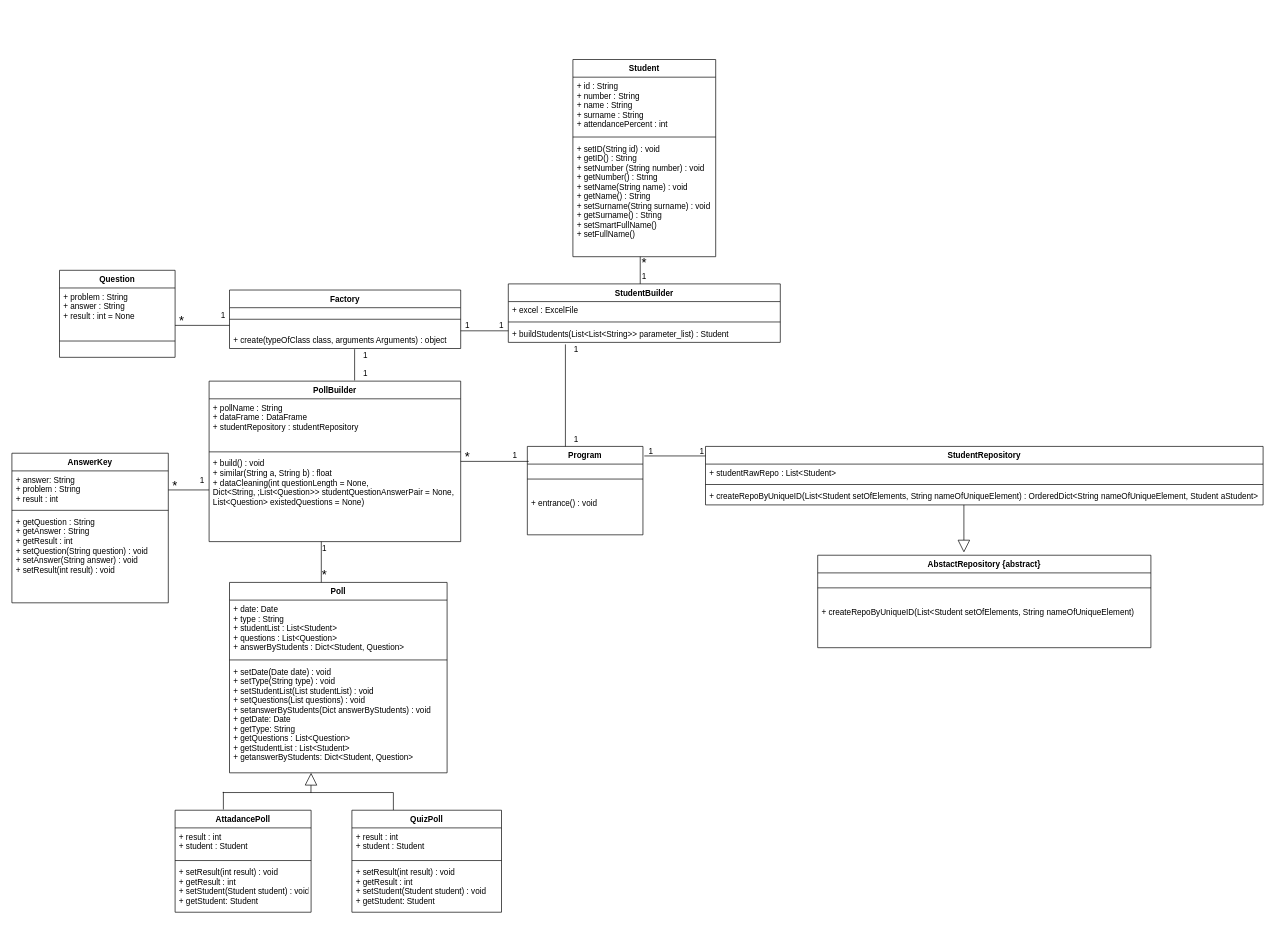
Before: PythonProject/iteration1/DCD.drawio in alperdokay/CSE3063F20P1_GRP20, a draw.io diagram. Source tidied: cells renumbered, new cells numbered last; positions are measured from the earlier drawing's top-left corner, leaving out a move shared by most shapes. Both pictures are drawn from the tidied source at 68%, with x=0, y=0 at pixel (12, 59).
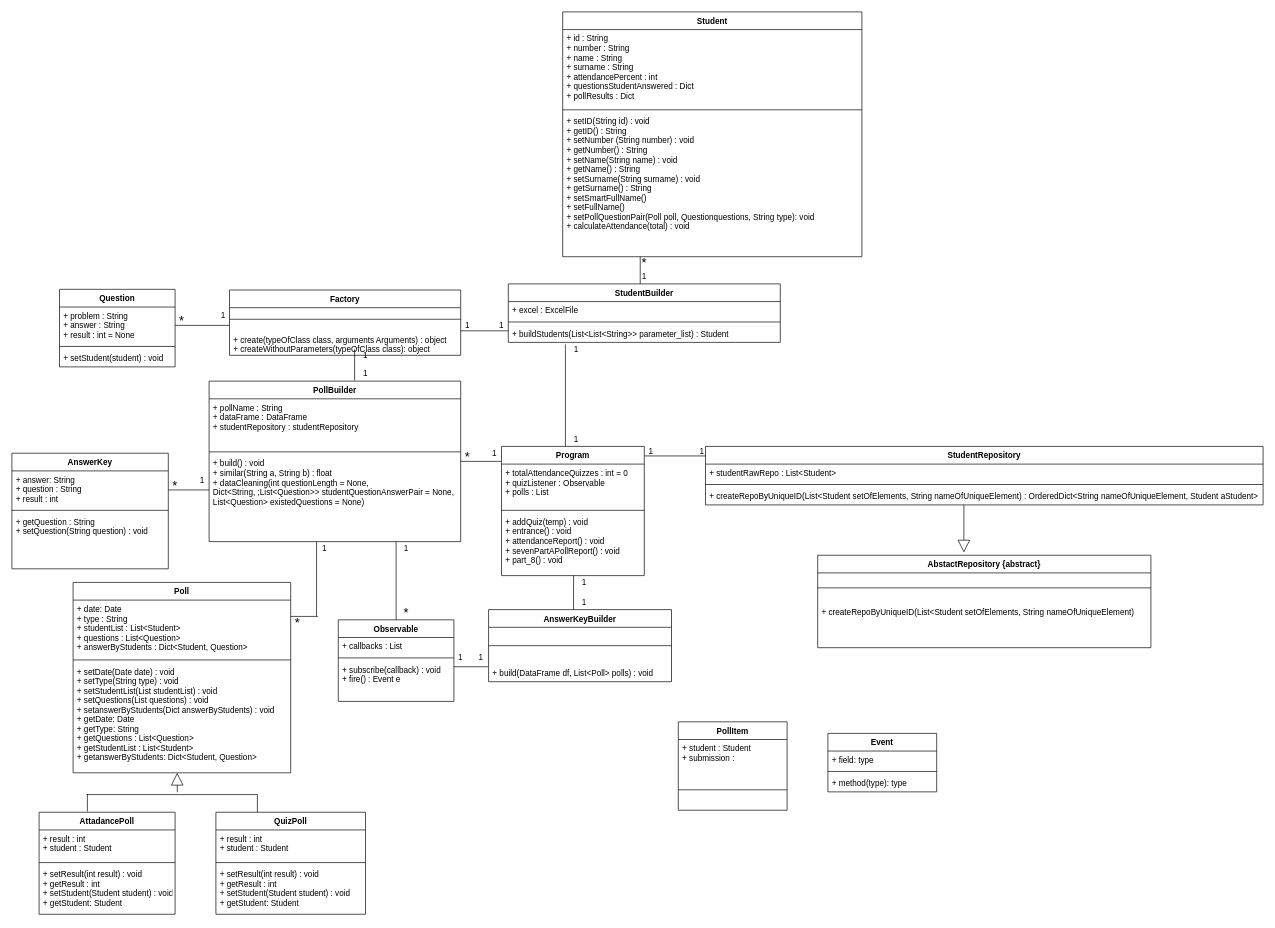
Above is the later version.

The edit, as a diff of the source:
```diff
@@
     <mxCell id="10" value="Factory" style="swimlane;fontStyle=1;align=center;verticalAlign=top;horizontal=1;startSize=26;" parent="1" vertex="1">
-      <mxGeometry x="320" y="339" width="340" height="86" as="geometry" />
+      <mxGeometry x="320" y="339" width="340" height="96" as="geometry" />
     </mxCell>
@@
-    <mxCell id="12" value="+ create(typeOfClass class, arguments Arguments) : object" style="text;strokeColor=none;fillColor=none;align=left;verticalAlign=top;spacingLeft=4;spacingRight=4;overflow=hidden;" parent="10" vertex="1">
-      <mxGeometry y="60" width="340" height="26" as="geometry" />
+    <mxCell id="12" value="+ create(typeOfClass class, arguments Arguments) : object&#10;+ createWithoutParameters(typeOfClass class): object " style="text;strokeColor=none;fillColor=none;align=left;verticalAlign=top;spacingLeft=4;spacingRight=4;overflow=hidden;" parent="10" vertex="1">
+      <mxGeometry y="60" width="340" height="36" as="geometry" />
     </mxCell>
     <mxCell id="13" value="Poll" style="swimlane;fontStyle=1;align=center;verticalAlign=top;horizontal=1;startSize=26;" parent="1" vertex="1">
-      <mxGeometry x="320" y="769" width="320" height="280" as="geometry" />
+      <mxGeometry x="90" y="769" width="320" height="280" as="geometry" />
     </mxCell>
@@
-    <mxCell id="17" value="Question" style="swimlane;fontStyle=1;align=center;verticalAlign=top;horizontal=1;startSize=26;" parent="1" vertex="1">
-      <mxGeometry x="70" y="310" width="170" height="128" as="geometry" />
-    </mxCell>
-    <mxCell id="18" value="+ problem : String&#10;+ answer : String&#10;+ result : int = None" style="text;strokeColor=none;fillColor=none;align=left;verticalAlign=top;spacingLeft=4;spacingRight=4;overflow=hidden;" parent="17" vertex="1">
-      <mxGeometry y="26" width="170" height="54" as="geometry" />
-    </mxCell>
-    <mxCell id="19" style="line;strokeWidth=1;fillColor=none;align=left;verticalAlign=middle;spacingTop=-1;spacingLeft=3;spacingRight=3;labelPosition=right;" parent="17" vertex="1">
-      <mxGeometry y="80" width="170" height="48" as="geometry" />
-    </mxCell>
     <mxCell id="20" value="Student" style="swimlane;fontStyle=1;align=center;verticalAlign=top;horizontal=1;startSize=26;" parent="1" vertex="1">
-      <mxGeometry x="825" width="210" height="290" as="geometry" />
+      <mxGeometry x="810" y="-70" width="440" height="360" as="geometry" />
     </mxCell>
-    <mxCell id="21" value="+ id : String&#10;+ number : String&#10;+ name : String&#10;+ surname : String&#10;+ attendancePercent : int" style="text;strokeColor=none;fillColor=none;align=left;verticalAlign=top;spacingLeft=4;spacingRight=4;overflow=hidden;" parent="20" vertex="1">
-      <mxGeometry y="26" width="210" height="84" as="geometry" />
+    <mxCell id="21" value="+ id : String&#10;+ number : String&#10;+ name : String&#10;+ surname : String&#10;+ attendancePercent : int&#10;+ questionsStudentAnswered : Dict&#10;+ pollResults : Dict" style="text;strokeColor=none;fillColor=none;align=left;verticalAlign=top;spacingLeft=4;spacingRight=4;overflow=hidden;" parent="20" vertex="1">
+      <mxGeometry y="26" width="440" height="114" as="geometry" />
     </mxCell>
     <mxCell id="22" style="line;strokeWidth=1;fillColor=none;align=left;verticalAlign=middle;spacingTop=-1;spacingLeft=3;spacingRight=3;labelPosition=right;" parent="20" vertex="1">
-      <mxGeometry y="110" width="210" height="8" as="geometry" />
+      <mxGeometry y="140" width="440" height="8" as="geometry" />
     </mxCell>
-    <mxCell id="23" value="+ setID(String id) : void&#10;+ getID() : String&#10;+ setNumber (String number) : void&#10;+ getNumber() : String&#10;+ setName(String name) : void&#10;+ getName() : String&#10;+ setSurname(String surname) : void&#10;+ getSurname() : String&#10;+ setSmartFullName()&#10;+ setFullName()&#10; &#10;  " style="text;strokeColor=none;fillColor=none;align=left;verticalAlign=top;spacingLeft=4;spacingRight=4;overflow=hidden;" parent="20" vertex="1">
-      <mxGeometry y="118" width="210" height="172" as="geometry" />
+    <mxCell id="23" value="+ setID(String id) : void&#10;+ getID() : String&#10;+ setNumber (String number) : void&#10;+ getNumber() : String&#10;+ setName(String name) : void&#10;+ getName() : String&#10;+ setSurname(String surname) : void&#10;+ getSurname() : String&#10;+ setSmartFullName()&#10;+ setFullName()&#10;+ setPollQuestionPair(Poll poll, Questionquestions, String type): void&#10;+ calculateAttendance(total) : void&#10;  " style="text;strokeColor=none;fillColor=none;align=left;verticalAlign=top;spacingLeft=4;spacingRight=4;overflow=hidden;" parent="20" vertex="1">
+      <mxGeometry y="148" width="440" height="212" as="geometry" />
     </mxCell>
@@
-    <mxCell id="28" value="Program" style="swimlane;fontStyle=1;align=center;verticalAlign=top;horizontal=1;startSize=26;" parent="1" vertex="1">
-      <mxGeometry x="758" y="569" width="170" height="130" as="geometry" />
-    </mxCell>
-    <mxCell id="29" style="line;strokeWidth=1;fillColor=none;align=left;verticalAlign=middle;spacingTop=-1;spacingLeft=3;spacingRight=3;labelPosition=right;" parent="28" vertex="1">
-      <mxGeometry y="26" width="170" height="44" as="geometry" />
-    </mxCell>
-    <mxCell id="30" value="+ entrance() : void" style="text;strokeColor=none;fillColor=none;align=left;verticalAlign=top;spacingLeft=4;spacingRight=4;overflow=hidden;" parent="28" vertex="1">
-      <mxGeometry y="70" width="170" height="60" as="geometry" />
-    </mxCell>
@@
     <mxCell id="34" style="line;strokeWidth=1;fillColor=none;align=left;verticalAlign=middle;spacingTop=-1;spacingLeft=3;spacingRight=3;labelPosition=right;direction=south;" parent="1" vertex="1">
-      <mxGeometry x="280" y="1077" width="62" height="26" as="geometry" />
+      <mxGeometry x="80" y="1080" width="62" height="26" as="geometry" />
     </mxCell>
     <mxCell id="35" style="line;strokeWidth=1;fillColor=none;align=left;verticalAlign=middle;spacingTop=-1;spacingLeft=3;spacingRight=3;labelPosition=right;direction=south;" parent="1" vertex="1">
-      <mxGeometry x="530" y="1078" width="62" height="26" as="geometry" />
+      <mxGeometry x="330" y="1081" width="62" height="26" as="geometry" />
     </mxCell>
     <mxCell id="36" style="line;strokeWidth=1;fillColor=none;align=left;verticalAlign=middle;spacingTop=-1;spacingLeft=3;spacingRight=3;labelPosition=right;points=[];portConstraint=eastwest;" parent="1" vertex="1">
-      <mxGeometry x="310" y="1074" width="251" height="8" as="geometry" />
+      <mxGeometry x="110" y="1077" width="251" height="8" as="geometry" />
     </mxCell>
@@
-    <mxCell id="39" style="endArrow=block;endSize=16;endFill=0;html=1;exitX=0.517;exitY=0.574;exitDx=0;exitDy=0;exitPerimeter=0;" parent="1" edge="1" source="36">
+    <mxCell id="39" style="endArrow=block;endSize=16;endFill=0;html=1;exitX=0.531;exitY=0.083;exitDx=0;exitDy=0;exitPerimeter=0;" parent="1" edge="1" source="36">
       <mxGeometry x="-0.88" y="-250" relative="1" as="geometry">
-        <mxPoint x="440" y="1049" as="targetPoint" />
+        <mxPoint x="243" y="1049" as="targetPoint" />
         <mxPoint y="-1" as="offset" />
       </mxGeometry>
     </mxCell>
     <mxCell id="40" style="line;strokeWidth=1;fillColor=none;align=left;verticalAlign=middle;spacingTop=-1;spacingLeft=3;spacingRight=3;labelPosition=right;" parent="1" vertex="1">
-      <mxGeometry x="660" y="587" width="100" height="8" as="geometry" />
+      <mxGeometry x="660" y="587" width="60" height="8" as="geometry" />
     </mxCell>
@@
     <mxCell id="44" style="line;strokeWidth=1;fillColor=none;align=left;verticalAlign=middle;spacingTop=-1;spacingLeft=3;spacingRight=3;labelPosition=right;direction=south;" parent="1" vertex="1">
-      <mxGeometry x="451" y="709" width="8" height="60" as="geometry" />
+      <mxGeometry x="444" y="709" width="8" height="110" as="geometry" />
     </mxCell>
@@
     <mxCell id="48" value="AnswerKey" style="swimlane;fontStyle=1;align=center;verticalAlign=top;horizontal=1;startSize=26;" parent="1" vertex="1">
-      <mxGeometry y="579" width="230" height="220" as="geometry" />
+      <mxGeometry y="579" width="230" height="170" as="geometry" />
     </mxCell>
-    <mxCell id="49" value="+ answer: String&#10;+ problem : String&#10;+ result : int" style="text;strokeColor=none;fillColor=none;align=left;verticalAlign=top;spacingLeft=4;spacingRight=4;overflow=hidden;" parent="48" vertex="1">
+    <mxCell id="49" value="+ answer: String&#10;+ question : String&#10;+ result : int" style="text;strokeColor=none;fillColor=none;align=left;verticalAlign=top;spacingLeft=4;spacingRight=4;overflow=hidden;" parent="48" vertex="1">
       <mxGeometry y="26" width="230" height="54" as="geometry" />
     </mxCell>
@@
-    <mxCell id="51" value="+ getQuestion : String&#10;+ getAnswer : String&#10;+ getResult : int&#10;+ setQuestion(String question) : void&#10;+ setAnswer(String answer) : void&#10;+ setResult(int result) : void" style="text;strokeColor=none;fillColor=none;align=left;verticalAlign=top;spacingLeft=4;spacingRight=4;overflow=hidden;" parent="48" vertex="1">
-      <mxGeometry y="88" width="230" height="132" as="geometry" />
+    <mxCell id="51" value="+ getQuestion : String&#10;+ setQuestion(String question) : void&#10;" style="text;strokeColor=none;fillColor=none;align=left;verticalAlign=top;spacingLeft=4;spacingRight=4;overflow=hidden;" parent="48" vertex="1">
+      <mxGeometry y="88" width="230" height="82" as="geometry" />
     </mxCell>
     <mxCell id="52" value="AttadancePoll" style="swimlane;fontStyle=1;align=center;verticalAlign=top;horizontal=1;startSize=26;" parent="1" vertex="1">
-      <mxGeometry x="240" y="1104" width="200" height="150" as="geometry" />
+      <mxGeometry x="40" y="1107" width="200" height="150" as="geometry" />
     </mxCell>
@@
     <mxCell id="56" value="QuizPoll" style="swimlane;fontStyle=1;align=center;verticalAlign=top;horizontal=1;startSize=26;" parent="1" vertex="1">
-      <mxGeometry x="500" y="1104" width="220" height="150" as="geometry" />
+      <mxGeometry x="300" y="1107" width="220" height="150" as="geometry" />
     </mxCell>
@@
     <mxCell id="64" value="1" style="text;html=1;strokeColor=none;fillColor=none;align=center;verticalAlign=middle;whiteSpace=wrap;rounded=0;" parent="1" vertex="1">
-      <mxGeometry x="720" y="573" width="40" height="20" as="geometry" />
+      <mxGeometry x="690" y="569" width="40" height="20" as="geometry" />
     </mxCell>
@@
     <mxCell id="77" value="&lt;font style=&quot;font-size: 19px&quot;&gt;*&lt;/font&gt;" style="text;html=1;strokeColor=none;fillColor=none;align=center;verticalAlign=middle;whiteSpace=wrap;rounded=0;" parent="1" vertex="1">
-      <mxGeometry x="440" y="749" width="40" height="20" as="geometry" />
+      <mxGeometry x="400" y="819" width="40" height="20" as="geometry" />
     </mxCell>
+    <mxCell id="17" value="Question" style="swimlane;fontStyle=1;align=center;verticalAlign=top;horizontal=1;startSize=26;" parent="1" vertex="1">
+      <mxGeometry x="70" y="338" width="170" height="114" as="geometry" />
+    </mxCell>
+    <mxCell id="18" value="+ problem : String&#10;+ answer : String&#10;+ result : int = None" style="text;strokeColor=none;fillColor=none;align=left;verticalAlign=top;spacingLeft=4;spacingRight=4;overflow=hidden;" parent="17" vertex="1">
+      <mxGeometry y="26" width="170" height="54" as="geometry" />
+    </mxCell>
+    <mxCell id="78" style="line;strokeWidth=1;fillColor=none;align=left;verticalAlign=middle;spacingTop=-1;spacingLeft=3;spacingRight=3;labelPosition=right;" parent="17" vertex="1">
+      <mxGeometry y="80" width="170" height="8" as="geometry" />
+    </mxCell>
+    <mxCell id="79" value="+ setStudent(student) : void" style="text;strokeColor=none;fillColor=none;align=left;verticalAlign=top;spacingLeft=4;spacingRight=4;overflow=hidden;" parent="17" vertex="1">
+      <mxGeometry y="88" width="170" height="26" as="geometry" />
+    </mxCell>
+    <mxCell id="80" value="PollItem" style="swimlane;fontStyle=1;align=center;verticalAlign=top;horizontal=1;startSize=26;" parent="1" vertex="1">
+      <mxGeometry x="980" y="974" width="160" height="130" as="geometry" />
+    </mxCell>
+    <mxCell id="81" value="+ student : Student&#10;+ submission : " style="text;strokeColor=none;fillColor=none;align=left;verticalAlign=top;spacingLeft=4;spacingRight=4;overflow=hidden;" parent="80" vertex="1">
+      <mxGeometry y="26" width="160" height="44" as="geometry" />
+    </mxCell>
+    <mxCell id="82" style="line;strokeWidth=1;fillColor=none;align=left;verticalAlign=middle;spacingTop=-1;spacingLeft=3;spacingRight=3;labelPosition=right;" parent="80" vertex="1">
+      <mxGeometry y="70" width="160" height="60" as="geometry" />
+    </mxCell>
+    <mxCell id="83" value="Observable" style="swimlane;fontStyle=1;align=center;verticalAlign=top;horizontal=1;startSize=26;" parent="1" vertex="1">
+      <mxGeometry x="480" y="824" width="170" height="120" as="geometry" />
+    </mxCell>
+    <mxCell id="84" value="+ callbacks : List" style="text;strokeColor=none;fillColor=none;align=left;verticalAlign=top;spacingLeft=4;spacingRight=4;overflow=hidden;" parent="83" vertex="1">
+      <mxGeometry y="26" width="170" height="26" as="geometry" />
+    </mxCell>
+    <mxCell id="85" style="line;strokeWidth=1;fillColor=none;align=left;verticalAlign=middle;spacingTop=-1;spacingLeft=3;spacingRight=3;labelPosition=right;" parent="83" vertex="1">
+      <mxGeometry y="52" width="170" height="8" as="geometry" />
+    </mxCell>
+    <mxCell id="86" value="+ subscribe(callback) : void&#10;+ fire() : Event e" style="text;strokeColor=none;fillColor=none;align=left;verticalAlign=top;spacingLeft=4;spacingRight=4;overflow=hidden;" parent="83" vertex="1">
+      <mxGeometry y="60" width="170" height="60" as="geometry" />
+    </mxCell>
+    <mxCell id="87" value="Event" style="swimlane;fontStyle=1;align=center;verticalAlign=top;horizontal=1;startSize=26;" parent="1" vertex="1">
+      <mxGeometry x="1200" y="991" width="160" height="86" as="geometry" />
+    </mxCell>
+    <mxCell id="88" value="+ field: type" style="text;strokeColor=none;fillColor=none;align=left;verticalAlign=top;spacingLeft=4;spacingRight=4;overflow=hidden;" parent="87" vertex="1">
+      <mxGeometry y="26" width="160" height="26" as="geometry" />
+    </mxCell>
+    <mxCell id="89" style="line;strokeWidth=1;fillColor=none;align=left;verticalAlign=middle;spacingTop=-1;spacingLeft=3;spacingRight=3;labelPosition=right;" parent="87" vertex="1">
+      <mxGeometry y="52" width="160" height="8" as="geometry" />
+    </mxCell>
+    <mxCell id="90" value="+ method(type): type" style="text;strokeColor=none;fillColor=none;align=left;verticalAlign=top;spacingLeft=4;spacingRight=4;overflow=hidden;" parent="87" vertex="1">
+      <mxGeometry y="60" width="160" height="26" as="geometry" />
+    </mxCell>
+    <mxCell id="28" value="Program" style="swimlane;fontStyle=1;align=center;verticalAlign=top;horizontal=1;startSize=26;" parent="1" vertex="1">
+      <mxGeometry x="720" y="569" width="210" height="190" as="geometry" />
+    </mxCell>
+    <mxCell id="91" value="+ totalAttendanceQuizzes : int = 0&#10;+ quizListener : Observable&#10;+ polls : List&#10;" style="text;strokeColor=none;fillColor=none;align=left;verticalAlign=top;spacingLeft=4;spacingRight=4;overflow=hidden;" parent="28" vertex="1">
+      <mxGeometry y="26" width="210" height="64" as="geometry" />
+    </mxCell>
+    <mxCell id="92" style="line;strokeWidth=1;fillColor=none;align=left;verticalAlign=middle;spacingTop=-1;spacingLeft=3;spacingRight=3;labelPosition=right;" parent="28" vertex="1">
+      <mxGeometry y="90" width="210" height="8" as="geometry" />
+    </mxCell>
+    <mxCell id="93" value="+ addQuiz(temp) : void&#10;+ entrance() : void&#10;+ attendanceReport() : void&#10;+ sevenPartAPollReport() : void&#10;+ part_8() : void" style="text;strokeColor=none;fillColor=none;align=left;verticalAlign=top;spacingLeft=4;spacingRight=4;overflow=hidden;" parent="28" vertex="1">
+      <mxGeometry y="98" width="210" height="92" as="geometry" />
+    </mxCell>
+    <mxCell id="94" value="AnswerKeyBuilder" style="swimlane;fontStyle=1;align=center;verticalAlign=top;horizontal=1;startSize=26;" parent="1" vertex="1">
+      <mxGeometry x="701" y="809" width="269" height="106" as="geometry" />
+    </mxCell>
+    <mxCell id="95" style="line;strokeWidth=1;fillColor=none;align=left;verticalAlign=middle;spacingTop=-1;spacingLeft=3;spacingRight=3;labelPosition=right;" parent="94" vertex="1">
+      <mxGeometry y="26" width="269" height="54" as="geometry" />
+    </mxCell>
+    <mxCell id="96" value="+ build(DataFrame df, List&lt;Poll&gt; polls) : void" style="text;strokeColor=none;fillColor=none;align=left;verticalAlign=top;spacingLeft=4;spacingRight=4;overflow=hidden;" parent="94" vertex="1">
+      <mxGeometry y="80" width="269" height="26" as="geometry" />
+    </mxCell>
+    <mxCell id="97" style="line;strokeWidth=1;fillColor=none;align=left;verticalAlign=middle;spacingTop=-1;spacingLeft=3;spacingRight=3;labelPosition=right;direction=south;" parent="1" vertex="1">
+      <mxGeometry x="822" y="759" width="8" height="50" as="geometry" />
+    </mxCell>
+    <mxCell id="98" value="1" style="text;html=1;strokeColor=none;fillColor=none;align=center;verticalAlign=middle;whiteSpace=wrap;rounded=0;" parent="1" vertex="1">
+      <mxGeometry x="822" y="759" width="40" height="20" as="geometry" />
+    </mxCell>
+    <mxCell id="99" value="1" style="text;html=1;strokeColor=none;fillColor=none;align=center;verticalAlign=middle;whiteSpace=wrap;rounded=0;" parent="1" vertex="1">
+      <mxGeometry x="822" y="789" width="40" height="20" as="geometry" />
+    </mxCell>
+    <mxCell id="100" style="line;strokeWidth=1;fillColor=none;align=left;verticalAlign=middle;spacingTop=-1;spacingLeft=3;spacingRight=3;labelPosition=right;" parent="1" vertex="1">
+      <mxGeometry x="410" y="814" width="40" height="10" as="geometry" />
+    </mxCell>
+    <mxCell id="101" style="line;strokeWidth=1;fillColor=none;align=left;verticalAlign=middle;spacingTop=-1;spacingLeft=3;spacingRight=3;labelPosition=right;" parent="1" vertex="1">
+      <mxGeometry x="650" y="889" width="50" height="8" as="geometry" />
+    </mxCell>
+    <mxCell id="102" style="line;strokeWidth=1;fillColor=none;align=left;verticalAlign=middle;spacingTop=-1;spacingLeft=3;spacingRight=3;labelPosition=right;direction=south;" parent="1" vertex="1">
+      <mxGeometry x="561" y="709" width="8" height="115" as="geometry" />
+    </mxCell>
+    <mxCell id="103" value="1" style="text;html=1;strokeColor=none;fillColor=none;align=center;verticalAlign=middle;whiteSpace=wrap;rounded=0;" parent="1" vertex="1">
+      <mxGeometry x="560" y="709" width="40" height="20" as="geometry" />
+    </mxCell>
+    <mxCell id="104" value="&lt;font style=&quot;font-size: 19px&quot;&gt;*&lt;/font&gt;" style="text;html=1;strokeColor=none;fillColor=none;align=center;verticalAlign=middle;whiteSpace=wrap;rounded=0;" parent="1" vertex="1">
+      <mxGeometry x="560" y="804" width="40" height="20" as="geometry" />
+    </mxCell>
+    <mxCell id="105" value="1" style="text;html=1;strokeColor=none;fillColor=none;align=center;verticalAlign=middle;whiteSpace=wrap;rounded=0;" parent="1" vertex="1">
+      <mxGeometry x="640" y="869" width="40" height="20" as="geometry" />
+    </mxCell>
+    <mxCell id="106" value="1" style="text;html=1;strokeColor=none;fillColor=none;align=center;verticalAlign=middle;whiteSpace=wrap;rounded=0;" parent="1" vertex="1">
+      <mxGeometry x="670" y="869" width="40" height="20" as="geometry" />
+    </mxCell>
```
